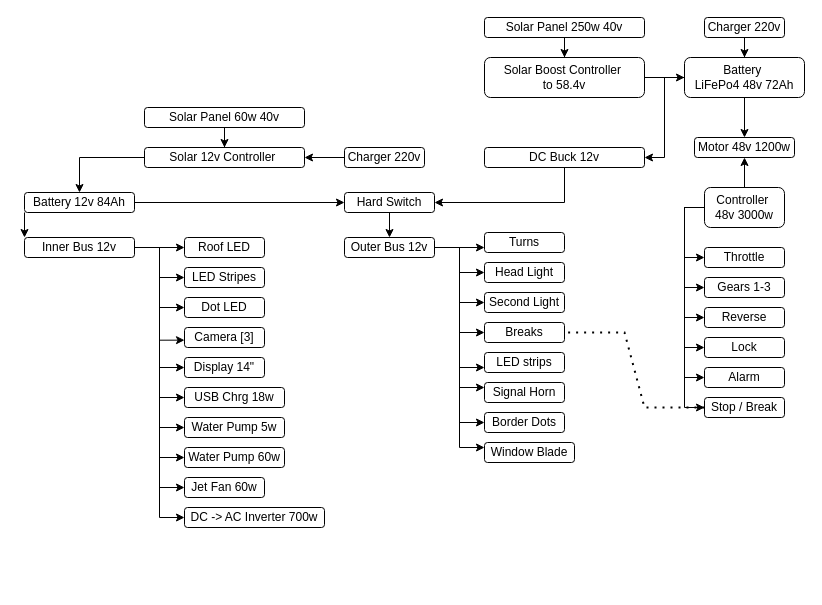
diviatrix/electric-vehicle-schemes keeps this draw.io diagram as ev-controller-scheme.drawio. Above is the earlier version. Source tidied: cells renumbered, new cells numbered last; positions are measured from the earlier drawing's top-left corner, leaving out a move shared by most shapes. Both pictures are drawn from the tidied source at 100%, with x=0, y=0 at pixel (24, 17).
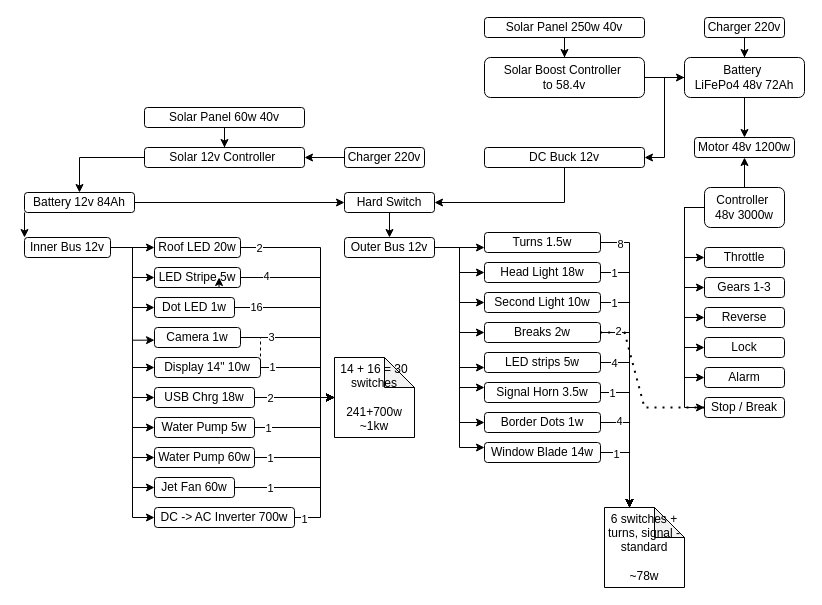
The same page after the edit.

Change to the diagram source:
```diff
@@
     <mxCell id="16" value="DC -&amp;gt; AC&amp;nbsp;&lt;span style=&quot;background-color: transparent; color: light-dark(rgb(0, 0, 0), rgb(255, 255, 255));&quot;&gt;Inverter 700w&lt;/span&gt;" style="rounded=1;whiteSpace=wrap;html=1;" parent="1" vertex="1">
-      <mxGeometry x="160" y="490" width="140" height="20" as="geometry" />
+      <mxGeometry x="130" y="490" width="140" height="20" as="geometry" />
     </mxCell>
     <mxCell id="17" value="&lt;div&gt;Jet Fan 60w&lt;/div&gt;" style="rounded=1;whiteSpace=wrap;html=1;" parent="1" vertex="1">
-      <mxGeometry x="160" y="460" width="80" height="20" as="geometry" />
+      <mxGeometry x="130" y="460" width="80" height="20" as="geometry" />
     </mxCell>
@@
     <mxCell id="36" value="Inner Bus&amp;nbsp;&lt;span style=&quot;background-color: transparent; color: light-dark(rgb(0, 0, 0), rgb(255, 255, 255));&quot;&gt;12v&lt;/span&gt;" style="rounded=1;whiteSpace=wrap;html=1;" parent="1" vertex="1">
-      <mxGeometry y="220" width="110" height="20" as="geometry" />
+      <mxGeometry y="220" width="86" height="20" as="geometry" />
     </mxCell>
-    <mxCell id="37" value="Window Blade" style="rounded=1;whiteSpace=wrap;html=1;" parent="1" vertex="1">
-      <mxGeometry x="460" y="425" width="90" height="20" as="geometry" />
+    <mxCell id="37" value="Window Blade 14w" style="rounded=1;whiteSpace=wrap;html=1;" parent="1" vertex="1">
+      <mxGeometry x="460" y="425" width="116" height="20" as="geometry" />
     </mxCell>
-    <mxCell id="38" value="Signal Horn" style="rounded=1;whiteSpace=wrap;html=1;" parent="1" vertex="1">
-      <mxGeometry x="460" y="365" width="80" height="20" as="geometry" />
+    <mxCell id="38" value="Signal Horn 3.5w" style="rounded=1;whiteSpace=wrap;html=1;" parent="1" vertex="1">
+      <mxGeometry x="460" y="365" width="116" height="20" as="geometry" />
     </mxCell>
@@
-    <mxCell id="52" value="Turns" style="rounded=1;whiteSpace=wrap;html=1;" parent="1" vertex="1">
-      <mxGeometry x="460" y="215" width="80" height="20" as="geometry" />
+    <mxCell id="52" value="Turns 1.5w" style="rounded=1;whiteSpace=wrap;html=1;" parent="1" vertex="1">
+      <mxGeometry x="460" y="215" width="116" height="20" as="geometry" />
     </mxCell>
-    <mxCell id="53" value="Head Light" style="rounded=1;whiteSpace=wrap;html=1;" parent="1" vertex="1">
-      <mxGeometry x="460" y="245" width="80" height="20" as="geometry" />
+    <mxCell id="53" value="Head Light 18w" style="rounded=1;whiteSpace=wrap;html=1;" parent="1" vertex="1">
+      <mxGeometry x="460" y="245" width="116" height="20" as="geometry" />
     </mxCell>
-    <mxCell id="54" value="Second Light" style="rounded=1;whiteSpace=wrap;html=1;" parent="1" vertex="1">
-      <mxGeometry x="460" y="275" width="80" height="20" as="geometry" />
+    <mxCell id="54" value="Second Light 10w" style="rounded=1;whiteSpace=wrap;html=1;" parent="1" vertex="1">
+      <mxGeometry x="460" y="275" width="116" height="20" as="geometry" />
     </mxCell>
-    <mxCell id="55" value="Breaks" style="rounded=1;whiteSpace=wrap;html=1;" parent="1" vertex="1">
-      <mxGeometry x="460" y="305" width="80" height="20" as="geometry" />
+    <mxCell id="55" value="Breaks 2w" style="rounded=1;whiteSpace=wrap;html=1;" parent="1" vertex="1">
+      <mxGeometry x="460" y="305" width="116" height="20" as="geometry" />
     </mxCell>
-    <mxCell id="56" value="LED strips" style="rounded=1;whiteSpace=wrap;html=1;" parent="1" vertex="1">
-      <mxGeometry x="460" y="335" width="80" height="20" as="geometry" />
+    <mxCell id="56" value="LED strips 5w" style="rounded=1;whiteSpace=wrap;html=1;" parent="1" vertex="1">
+      <mxGeometry x="460" y="335" width="116" height="20" as="geometry" />
     </mxCell>
@@
-    <mxCell id="63" value="Roof LED" style="rounded=1;whiteSpace=wrap;html=1;" parent="1" vertex="1">
-      <mxGeometry x="160" y="220" width="80" height="20" as="geometry" />
+    <mxCell id="63" value="Roof LED 20w" style="rounded=1;whiteSpace=wrap;html=1;" parent="1" vertex="1">
+      <mxGeometry x="130" y="220" width="86" height="20" as="geometry" />
     </mxCell>
-    <mxCell id="64" value="LED Stripes" style="rounded=1;whiteSpace=wrap;html=1;" parent="1" vertex="1">
-      <mxGeometry x="160" y="250" width="80" height="20" as="geometry" />
+    <mxCell id="64" value="LED Stripe 5w" style="rounded=1;whiteSpace=wrap;html=1;" parent="1" vertex="1">
+      <mxGeometry x="130" y="250" width="86" height="20" as="geometry" />
     </mxCell>
-    <mxCell id="65" value="Dot LED" style="rounded=1;whiteSpace=wrap;html=1;" parent="1" vertex="1">
-      <mxGeometry x="160" y="280" width="80" height="20" as="geometry" />
+    <mxCell id="65" value="Dot LED 1w" style="rounded=1;whiteSpace=wrap;html=1;" parent="1" vertex="1">
+      <mxGeometry x="130" y="280" width="80" height="20" as="geometry" />
     </mxCell>
-    <mxCell id="66" value="Camera [3]" style="rounded=1;whiteSpace=wrap;html=1;" parent="1" vertex="1">
-      <mxGeometry x="160" y="310" width="80" height="20" as="geometry" />
+    <mxCell id="66" value="Camera 1w" style="rounded=1;whiteSpace=wrap;html=1;" parent="1" vertex="1">
+      <mxGeometry x="130" y="310" width="86" height="20" as="geometry" />
     </mxCell>
-    <mxCell id="67" value="Display 14&quot;" style="rounded=1;whiteSpace=wrap;html=1;" parent="1" vertex="1">
-      <mxGeometry x="160" y="340" width="80" height="20" as="geometry" />
+    <mxCell id="67" value="Display 14&quot; 10w" style="rounded=1;whiteSpace=wrap;html=1;" parent="1" vertex="1">
+      <mxGeometry x="130" y="340" width="106" height="20" as="geometry" />
     </mxCell>
     <mxCell id="68" value="USB Chrg 18w" style="rounded=1;whiteSpace=wrap;html=1;" parent="1" vertex="1">
-      <mxGeometry x="160" y="370" width="100" height="20" as="geometry" />
+      <mxGeometry x="130" y="370" width="100" height="20" as="geometry" />
     </mxCell>
-    <mxCell id="69" value="Border Dots" style="rounded=1;whiteSpace=wrap;html=1;" parent="1" vertex="1">
-      <mxGeometry x="460" y="395" width="80" height="20" as="geometry" />
+    <mxCell id="69" value="Border Dots 1w" style="rounded=1;whiteSpace=wrap;html=1;" parent="1" vertex="1">
+      <mxGeometry x="460" y="395" width="116" height="20" as="geometry" />
     </mxCell>
@@
     <mxCell id="71" value="Water Pump 5w" style="rounded=1;whiteSpace=wrap;html=1;" parent="1" vertex="1">
-      <mxGeometry x="160" y="400" width="100" height="20" as="geometry" />
+      <mxGeometry x="130" y="400" width="100" height="20" as="geometry" />
     </mxCell>
     <mxCell id="72" value="Water Pump 60w" style="rounded=1;whiteSpace=wrap;html=1;" parent="1" vertex="1">
-      <mxGeometry x="160" y="430" width="100" height="20" as="geometry" />
+      <mxGeometry x="130" y="430" width="100" height="20" as="geometry" />
     </mxCell>
@@
+    <mxCell id="78" style="endArrow=none;dashed=1;html=1;rounded=0;entryX=1;entryY=0.5;entryDx=0;entryDy=0;exitX=1;exitY=0.5;exitDx=0;exitDy=0;" parent="1" edge="1" source="66" target="67">
+      <mxGeometry relative="1" as="geometry">
+        <Array as="points">
+          <mxPoint x="236" y="320" />
+        </Array>
+      </mxGeometry>
+    </mxCell>
+    <mxCell id="79" value="14 + 16 = 30 switches&lt;br&gt;&lt;br&gt;241+700w&lt;br&gt;~1kw" style="shape=note;whiteSpace=wrap;html=1;backgroundOutline=1;darkOpacity=0.05;" parent="1" vertex="1">
+      <mxGeometry x="310" y="340" width="80" height="80" as="geometry" />
+    </mxCell>
+    <mxCell id="80" style="edgeStyle=orthogonalEdgeStyle;rounded=0;jettySize=auto;html=1;entryX=0;entryY=0.5;entryDx=0;entryDy=0;entryPerimeter=0;" parent="1" edge="1" source="63" target="79">
+      <mxGeometry relative="1" as="geometry">
+        <Array as="points">
+          <mxPoint x="296" y="230" />
+          <mxPoint x="296" y="380" />
+        </Array>
+      </mxGeometry>
+    </mxCell>
+    <mxCell id="81" value="2" style="edgeLabel;html=1;align=center;verticalAlign=middle;" parent="80" vertex="1">
+      <mxGeometry x="-0.85" relative="1" as="geometry" />
+    </mxCell>
+    <mxCell id="82" style="edgeStyle=orthogonalEdgeStyle;rounded=0;jettySize=auto;html=1;entryX=0;entryY=0.5;entryDx=0;entryDy=0;entryPerimeter=0;" parent="1" edge="1" source="64" target="79">
+      <mxGeometry relative="1" as="geometry">
+        <Array as="points">
+          <mxPoint x="296" y="260" />
+          <mxPoint x="296" y="380" />
+        </Array>
+      </mxGeometry>
+    </mxCell>
+    <mxCell id="83" value="4" style="edgeLabel;html=1;align=center;verticalAlign=middle;" parent="82" vertex="1">
+      <mxGeometry x="-0.77" y="2" relative="1" as="geometry" />
+    </mxCell>
+    <mxCell id="84" style="edgeStyle=orthogonalEdgeStyle;rounded=0;orthogonalLoop=1;jettySize=auto;html=1;exitX=0.75;exitY=1;exitDx=0;exitDy=0;entryX=0.751;entryY=0.5;entryDx=0;entryDy=0;entryPerimeter=0;" parent="1" edge="1" source="64" target="64">
+      <mxGeometry relative="1" as="geometry" />
+    </mxCell>
+    <mxCell id="85" style="edgeStyle=orthogonalEdgeStyle;rounded=0;jettySize=auto;html=1;entryX=0;entryY=0.5;entryDx=0;entryDy=0;entryPerimeter=0;" parent="1" edge="1" source="65" target="79">
+      <mxGeometry relative="1" as="geometry">
+        <Array as="points">
+          <mxPoint x="296" y="290" />
+          <mxPoint x="296" y="380" />
+        </Array>
+      </mxGeometry>
+    </mxCell>
+    <mxCell id="86" value="16" style="edgeLabel;html=1;align=center;verticalAlign=middle;" parent="85" vertex="1">
+      <mxGeometry x="-0.78" y="1" relative="1" as="geometry" />
+    </mxCell>
+    <mxCell id="87" style="edgeStyle=orthogonalEdgeStyle;rounded=0;jettySize=auto;html=1;entryX=0;entryY=0.5;entryDx=0;entryDy=0;entryPerimeter=0;" parent="1" edge="1" source="66" target="79">
+      <mxGeometry relative="1" as="geometry">
+        <Array as="points">
+          <mxPoint x="296" y="320" />
+          <mxPoint x="296" y="380" />
+        </Array>
+      </mxGeometry>
+    </mxCell>
+    <mxCell id="88" value="3" style="edgeLabel;html=1;align=center;verticalAlign=middle;" parent="87" vertex="1">
+      <mxGeometry x="-0.61" y="1" relative="1" as="geometry" />
+    </mxCell>
+    <mxCell id="89" style="edgeStyle=orthogonalEdgeStyle;rounded=0;jettySize=auto;html=1;entryX=0;entryY=0.5;entryDx=0;entryDy=0;entryPerimeter=0;" parent="1" edge="1" source="67" target="79">
+      <mxGeometry relative="1" as="geometry">
+        <Array as="points">
+          <mxPoint x="296" y="350" />
+          <mxPoint x="296" y="380" />
+        </Array>
+      </mxGeometry>
+    </mxCell>
+    <mxCell id="90" value="1" style="edgeLabel;html=1;align=center;verticalAlign=middle;" parent="89" vertex="1">
+      <mxGeometry x="-0.79" y="1" relative="1" as="geometry" />
+    </mxCell>
+    <mxCell id="91" style="edgeStyle=orthogonalEdgeStyle;rounded=0;jettySize=auto;html=1;entryX=0;entryY=0.5;entryDx=0;entryDy=0;entryPerimeter=0;" parent="1" edge="1" source="68" target="79">
+      <mxGeometry relative="1" as="geometry" />
+    </mxCell>
+    <mxCell id="92" value="2" style="edgeLabel;html=1;align=center;verticalAlign=middle;" parent="91" vertex="1">
+      <mxGeometry x="-0.63" relative="1" as="geometry" />
+    </mxCell>
+    <mxCell id="93" style="edgeStyle=orthogonalEdgeStyle;rounded=0;jettySize=auto;html=1;entryX=0;entryY=0.5;entryDx=0;entryDy=0;entryPerimeter=0;" parent="1" edge="1" source="71" target="79">
+      <mxGeometry relative="1" as="geometry">
+        <Array as="points">
+          <mxPoint x="296" y="410" />
+          <mxPoint x="296" y="380" />
+        </Array>
+      </mxGeometry>
+    </mxCell>
+    <mxCell id="94" value="1" style="edgeLabel;html=1;align=center;verticalAlign=middle;" parent="93" vertex="1">
+      <mxGeometry x="-0.76" relative="1" as="geometry" />
+    </mxCell>
+    <mxCell id="95" style="edgeStyle=orthogonalEdgeStyle;rounded=0;jettySize=auto;html=1;entryX=0;entryY=0.5;entryDx=0;entryDy=0;entryPerimeter=0;" parent="1" edge="1" source="72" target="79">
+      <mxGeometry relative="1" as="geometry">
+        <Array as="points">
+          <mxPoint x="296" y="440" />
+          <mxPoint x="296" y="380" />
+        </Array>
+      </mxGeometry>
+    </mxCell>
+    <mxCell id="96" value="1" style="edgeLabel;html=1;align=center;verticalAlign=middle;" parent="95" vertex="1">
+      <mxGeometry x="-0.78" relative="1" as="geometry" />
+    </mxCell>
+    <mxCell id="97" style="edgeStyle=orthogonalEdgeStyle;rounded=0;jettySize=auto;html=1;entryX=0;entryY=0.5;entryDx=0;entryDy=0;entryPerimeter=0;" parent="1" edge="1" source="17" target="79">
+      <mxGeometry relative="1" as="geometry">
+        <Array as="points">
+          <mxPoint x="296" y="470" />
+          <mxPoint x="296" y="380" />
+        </Array>
+      </mxGeometry>
+    </mxCell>
+    <mxCell id="98" value="1" style="edgeLabel;html=1;align=center;verticalAlign=middle;" parent="97" vertex="1">
+      <mxGeometry x="-0.63" relative="1" as="geometry" />
+    </mxCell>
+    <mxCell id="99" style="edgeStyle=orthogonalEdgeStyle;rounded=0;jettySize=auto;html=1;entryX=0;entryY=0.5;entryDx=0;entryDy=0;entryPerimeter=0;" parent="1" edge="1" source="16" target="79">
+      <mxGeometry relative="1" as="geometry">
+        <Array as="points">
+          <mxPoint x="296" y="500" />
+          <mxPoint x="296" y="380" />
+        </Array>
+      </mxGeometry>
+    </mxCell>
+    <mxCell id="100" value="1" style="edgeLabel;html=1;align=center;verticalAlign=middle;" parent="99" vertex="1">
+      <mxGeometry x="-0.89" y="-1" relative="1" as="geometry" />
+    </mxCell>
+    <mxCell id="101" value="6 switches + turns, signal - standard&lt;br&gt;&lt;br&gt;~78w" style="shape=note;whiteSpace=wrap;html=1;backgroundOutline=1;darkOpacity=0.05;" parent="1" vertex="1">
+      <mxGeometry x="580" y="490" width="80" height="80" as="geometry" />
+    </mxCell>
+    <mxCell id="102" style="edgeStyle=orthogonalEdgeStyle;rounded=0;jettySize=auto;html=1;entryX=0;entryY=0;entryDx=25;entryDy=0;entryPerimeter=0;" parent="1" edge="1" source="52" target="101">
+      <mxGeometry relative="1" as="geometry" />
+    </mxCell>
+    <mxCell id="103" value="8" style="edgeLabel;html=1;align=center;verticalAlign=middle;" parent="102" vertex="1">
+      <mxGeometry x="-0.87" y="-1" relative="1" as="geometry" />
+    </mxCell>
+    <mxCell id="104" style="edgeStyle=orthogonalEdgeStyle;rounded=0;jettySize=auto;html=1;entryX=0;entryY=0;entryDx=25;entryDy=0;entryPerimeter=0;" parent="1" edge="1" source="53" target="101">
+      <mxGeometry relative="1" as="geometry" />
+    </mxCell>
+    <mxCell id="105" value="1" style="edgeLabel;html=1;align=center;verticalAlign=middle;" parent="104" vertex="1">
+      <mxGeometry x="-0.9" relative="1" as="geometry" />
+    </mxCell>
+    <mxCell id="106" style="edgeStyle=orthogonalEdgeStyle;rounded=0;jettySize=auto;html=1;entryX=0;entryY=0;entryDx=25;entryDy=0;entryPerimeter=0;" parent="1" edge="1" source="54" target="101">
+      <mxGeometry relative="1" as="geometry" />
+    </mxCell>
+    <mxCell id="107" value="1" style="edgeLabel;html=1;align=center;verticalAlign=middle;" parent="106" vertex="1">
+      <mxGeometry x="-0.89" relative="1" as="geometry" />
+    </mxCell>
+    <mxCell id="108" style="edgeStyle=orthogonalEdgeStyle;rounded=0;jettySize=auto;html=1;entryX=0;entryY=0;entryDx=25;entryDy=0;entryPerimeter=0;" parent="1" edge="1" source="55" target="101">
+      <mxGeometry relative="1" as="geometry" />
+    </mxCell>
+    <mxCell id="109" value="2" style="edgeLabel;html=1;align=center;verticalAlign=middle;" parent="108" vertex="1">
+      <mxGeometry x="-0.83" y="2" relative="1" as="geometry" />
+    </mxCell>
+    <mxCell id="110" style="edgeStyle=orthogonalEdgeStyle;rounded=0;jettySize=auto;html=1;entryX=0;entryY=0;entryDx=25;entryDy=0;entryPerimeter=0;" parent="1" edge="1" source="56" target="101">
+      <mxGeometry relative="1" as="geometry" />
+    </mxCell>
+    <mxCell id="111" value="4" style="edgeLabel;html=1;align=center;verticalAlign=middle;" parent="110" vertex="1">
+      <mxGeometry x="-0.85" relative="1" as="geometry" />
+    </mxCell>
+    <mxCell id="112" style="edgeStyle=orthogonalEdgeStyle;rounded=0;jettySize=auto;html=1;entryX=0;entryY=0;entryDx=25;entryDy=0;entryPerimeter=0;" parent="1" edge="1" source="38" target="101">
+      <mxGeometry relative="1" as="geometry" />
+    </mxCell>
+    <mxCell id="113" value="1" style="edgeLabel;html=1;align=center;verticalAlign=middle;" parent="112" vertex="1">
+      <mxGeometry x="-0.85" relative="1" as="geometry" />
+    </mxCell>
+    <mxCell id="114" style="edgeStyle=orthogonalEdgeStyle;rounded=0;jettySize=auto;html=1;entryX=0;entryY=0;entryDx=25;entryDy=0;entryPerimeter=0;" parent="1" edge="1" source="69" target="101">
+      <mxGeometry relative="1" as="geometry" />
+    </mxCell>
+    <mxCell id="115" value="4" style="edgeLabel;html=1;align=center;verticalAlign=middle;" parent="114" vertex="1">
+      <mxGeometry x="-0.69" y="2" relative="1" as="geometry" />
+    </mxCell>
+    <mxCell id="116" style="edgeStyle=orthogonalEdgeStyle;rounded=0;jettySize=auto;html=1;entryX=0;entryY=0;entryDx=25;entryDy=0;entryPerimeter=0;" parent="1" edge="1" source="37" target="101">
+      <mxGeometry relative="1" as="geometry" />
+    </mxCell>
+    <mxCell id="117" value="1" style="edgeLabel;html=1;align=center;verticalAlign=middle;" parent="116" vertex="1">
+      <mxGeometry x="-0.64" y="-1" relative="1" as="geometry" />
+    </mxCell>
```
